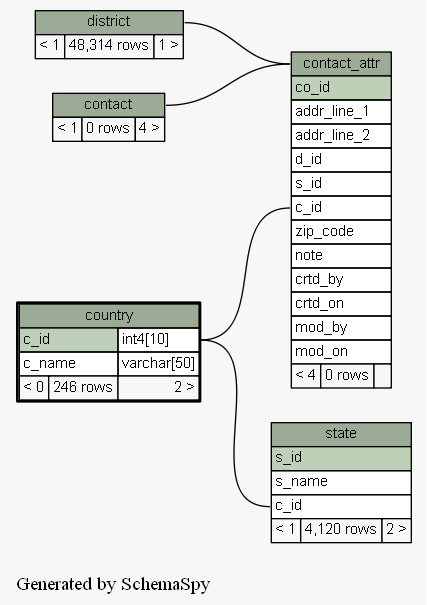
This is docs/database/schemaspy/graphs/country.2degrees.png from engineerscraft/salesforce, a Graphviz export, as it was before one commit. Its source is kept beside it as docs/database/schemaspy/graphs/country.2degrees.dot. The source it was exported from:
```dot
digraph "twoDegreesRelationshipsGraph" {
  graph [
    rankdir="RL"
    bgcolor="#f7f7f7"
    label="\nGenerated by SchemaSpy"
    labeljust="l"
  ];
  node [
    fontname="Helvetica"
    fontsize="11"
    shape="plaintext"
  ];
  edge [
    arrowsize="0.8"
  ];
  "contact_attr":"c_id":w -> "country":"c_id.type":e [arrowtail=crowodot arrowhead=none];
  "contact_attr":"contact_attr.heading":w -> "contact":"contact.heading":e [arrowtail=tee arrowhead=none];
  "contact_attr":"contact_attr.heading":w -> "district":"district.heading":e [arrowtail=crowodot arrowhead=none];
  "state":"c_id":w -> "country":"c_id.type":e [arrowtail=crowtee arrowhead=none];
  "contact" [
    label=<
    <TABLE BORDER="0" CELLBORDER="1" CELLSPACING="0" BGCOLOR="#ffffff">
      <TR><TD PORT="contact.heading" COLSPAN="3" BGCOLOR="#9bab96" ALIGN="CENTER">contact</TD></TR>
      <TR><TD ALIGN="LEFT" BGCOLOR="#f7f7f7">&lt; 1</TD><TD ALIGN="RIGHT" BGCOLOR="#f7f7f7">0 rows</TD><TD ALIGN="RIGHT" BGCOLOR="#f7f7f7">4 &gt;</TD></TR>
    </TABLE>>
    URL="contact.html#graph"
    tooltip="contact"
  ];
  "contact_attr" [
    label=<
    <TABLE BORDER="0" CELLBORDER="1" CELLSPACING="0" BGCOLOR="#ffffff">
      <TR><TD PORT="contact_attr.heading" COLSPAN="3" BGCOLOR="#9bab96" ALIGN="CENTER">contact_attr</TD></TR>
      <TR><TD PORT="co_id" COLSPAN="3" BGCOLOR="#bed1b8" ALIGN="LEFT">co_id</TD></TR>
      <TR><TD PORT="addr_line_1" COLSPAN="3" ALIGN="LEFT">addr_line_1</TD></TR>
      <TR><TD PORT="addr_line_2" COLSPAN="3" ALIGN="LEFT">addr_line_2</TD></TR>
      <TR><TD PORT="d_id" COLSPAN="3" ALIGN="LEFT">d_id</TD></TR>
      <TR><TD PORT="s_id" COLSPAN="3" ALIGN="LEFT">s_id</TD></TR>
      <TR><TD PORT="c_id" COLSPAN="3" ALIGN="LEFT">c_id</TD></TR>
      <TR><TD PORT="zip_code" COLSPAN="3" ALIGN="LEFT">zip_code</TD></TR>
      <TR><TD PORT="note" COLSPAN="3" ALIGN="LEFT">note</TD></TR>
      <TR><TD PORT="crtd_by" COLSPAN="3" ALIGN="LEFT">crtd_by</TD></TR>
      <TR><TD PORT="crtd_on" COLSPAN="3" ALIGN="LEFT">crtd_on</TD></TR>
      <TR><TD PORT="mod_by" COLSPAN="3" ALIGN="LEFT">mod_by</TD></TR>
      <TR><TD PORT="mod_on" COLSPAN="3" ALIGN="LEFT">mod_on</TD></TR>
      <TR><TD ALIGN="LEFT" BGCOLOR="#f7f7f7">&lt; 4</TD><TD ALIGN="RIGHT" BGCOLOR="#f7f7f7">0 rows</TD><TD ALIGN="RIGHT" BGCOLOR="#f7f7f7">  </TD></TR>
    </TABLE>>
    URL="contact_attr.html#graph"
    tooltip="contact_attr"
  ];
  "country" [
    label=<
    <TABLE BORDER="2" CELLBORDER="1" CELLSPACING="0" BGCOLOR="#ffffff">
      <TR><TD PORT="country.heading" COLSPAN="3" BGCOLOR="#9bab96" ALIGN="CENTER">country</TD></TR>
      <TR><TD PORT="c_id" COLSPAN="2" BGCOLOR="#bed1b8" ALIGN="LEFT">c_id</TD><TD PORT="c_id.type" ALIGN="LEFT">int4[10]</TD></TR>
      <TR><TD PORT="c_name" COLSPAN="2" ALIGN="LEFT">c_name</TD><TD PORT="c_name.type" ALIGN="LEFT">varchar[50]</TD></TR>
      <TR><TD ALIGN="LEFT" BGCOLOR="#f7f7f7">&lt; 0</TD><TD ALIGN="RIGHT" BGCOLOR="#f7f7f7">246 rows</TD><TD ALIGN="RIGHT" BGCOLOR="#f7f7f7">2 &gt;</TD></TR>
    </TABLE>>
    URL="country.html#"
    tooltip="country"
  ];
  "district" [
    label=<
    <TABLE BORDER="0" CELLBORDER="1" CELLSPACING="0" BGCOLOR="#ffffff">
      <TR><TD PORT="district.heading" COLSPAN="3" BGCOLOR="#9bab96" ALIGN="CENTER">district</TD></TR>
      <TR><TD ALIGN="LEFT" BGCOLOR="#f7f7f7">&lt; 1</TD><TD ALIGN="RIGHT" BGCOLOR="#f7f7f7">48,314 rows</TD><TD ALIGN="RIGHT" BGCOLOR="#f7f7f7">1 &gt;</TD></TR>
    </TABLE>>
    URL="district.html#graph"
    tooltip="district"
  ];
  "state" [
    label=<
    <TABLE BORDER="0" CELLBORDER="1" CELLSPACING="0" BGCOLOR="#ffffff">
      <TR><TD PORT="state.heading" COLSPAN="3" BGCOLOR="#9bab96" ALIGN="CENTER">state</TD></TR>
      <TR><TD PORT="s_id" COLSPAN="3" BGCOLOR="#bed1b8" ALIGN="LEFT">s_id</TD></TR>
      <TR><TD PORT="s_name" COLSPAN="3" ALIGN="LEFT">s_name</TD></TR>
      <TR><TD PORT="c_id" COLSPAN="3" ALIGN="LEFT">c_id</TD></TR>
      <TR><TD ALIGN="LEFT" BGCOLOR="#f7f7f7">&lt; 1</TD><TD ALIGN="RIGHT" BGCOLOR="#f7f7f7">4,120 rows</TD><TD ALIGN="RIGHT" BGCOLOR="#f7f7f7">2 &gt;</TD></TR>
    </TABLE>>
    URL="state.html#graph"
    tooltip="state"
  ];
}
```
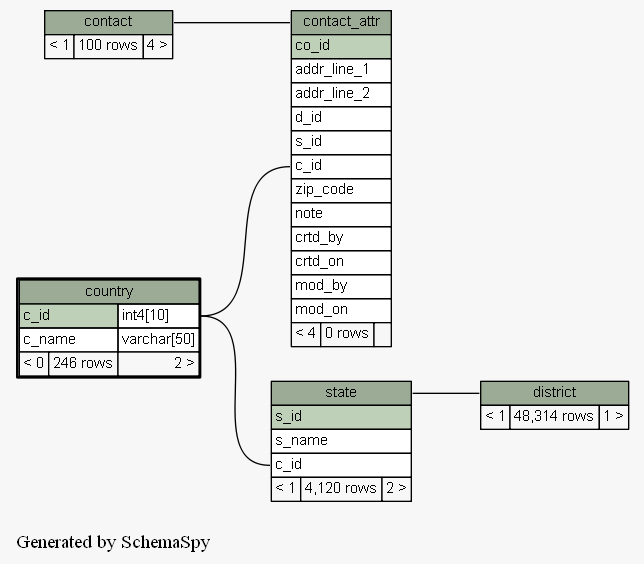
After the commit.

Diff of the diagram source:
```diff
@@ -15,13 +15,13 @@
   ];
   "contact_attr":"c_id":w -> "country":"c_id.type":e [arrowtail=crowodot arrowhead=none];
   "contact_attr":"contact_attr.heading":w -> "contact":"contact.heading":e [arrowtail=tee arrowhead=none];
-  "contact_attr":"contact_attr.heading":w -> "district":"district.heading":e [arrowtail=crowodot arrowhead=none];
+  "district":"district.heading":w -> "state":"state.heading":e [arrowtail=crowtee arrowhead=none];
   "state":"c_id":w -> "country":"c_id.type":e [arrowtail=crowtee arrowhead=none];
   "contact" [
     label=<
     <TABLE BORDER="0" CELLBORDER="1" CELLSPACING="0" BGCOLOR="#ffffff">
       <TR><TD PORT="contact.heading" COLSPAN="3" BGCOLOR="#9bab96" ALIGN="CENTER">contact</TD></TR>
-      <TR><TD ALIGN="LEFT" BGCOLOR="#f7f7f7">&lt; 1</TD><TD ALIGN="RIGHT" BGCOLOR="#f7f7f7">0 rows</TD><TD ALIGN="RIGHT" BGCOLOR="#f7f7f7">4 &gt;</TD></TR>
+      <TR><TD ALIGN="LEFT" BGCOLOR="#f7f7f7">&lt; 1</TD><TD ALIGN="RIGHT" BGCOLOR="#f7f7f7">100 rows</TD><TD ALIGN="RIGHT" BGCOLOR="#f7f7f7">4 &gt;</TD></TR>
     </TABLE>>
     URL="contact.html#graph"
     tooltip="contact"
```
